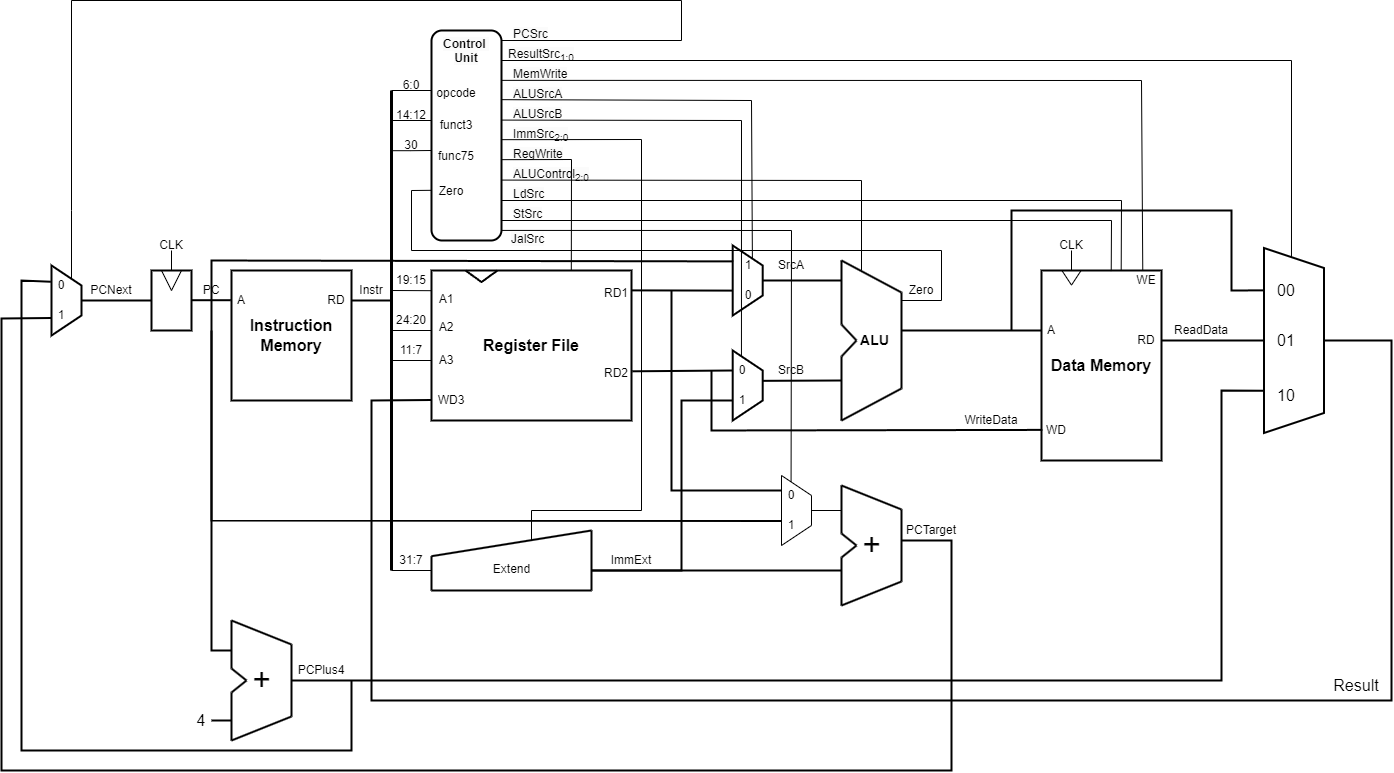
Above: Images/Overview.png in franfafdaf/IAC_23autumn_Group17-Coursework (draw.io), before the change. Source tidied: cells renumbered, new cells last; positions are measured from the earlier drawing's top-left corner, leaving out a move shared by most shapes.
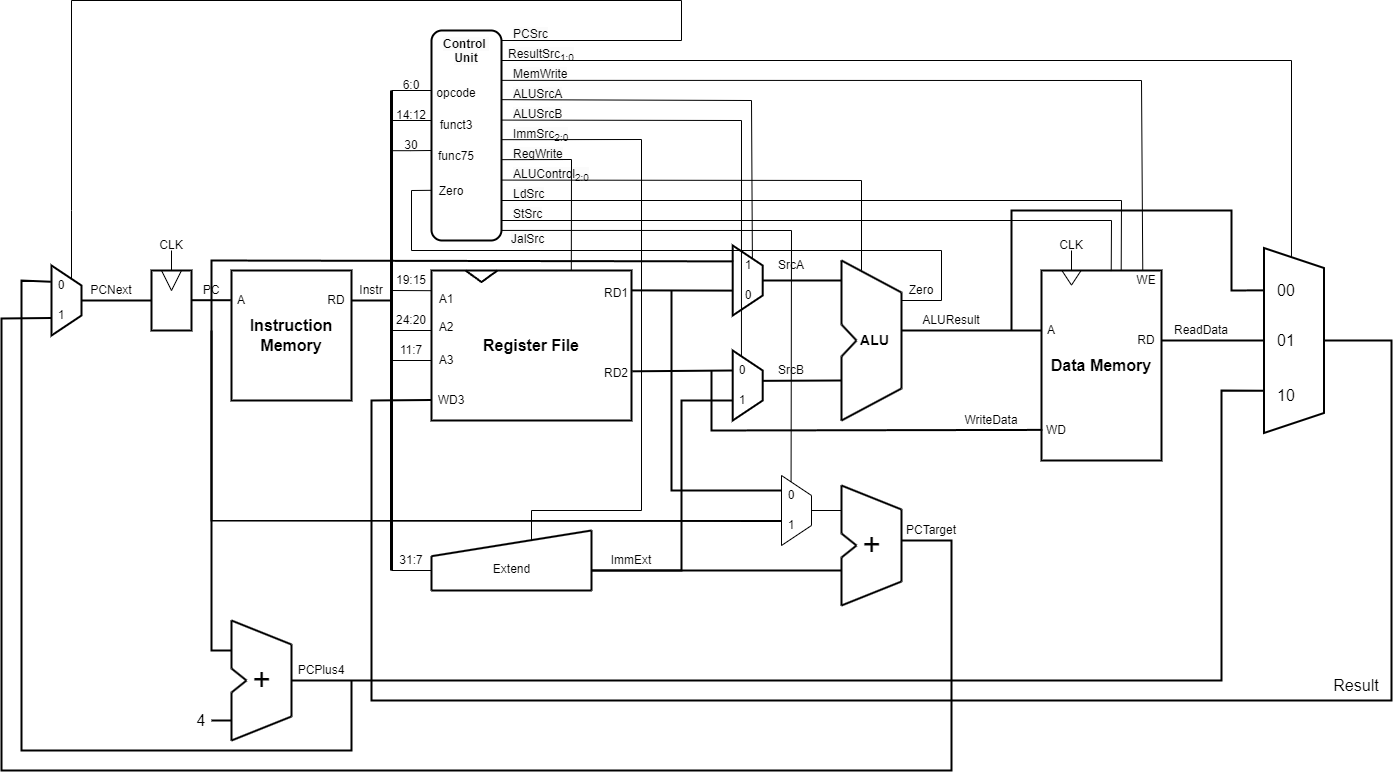
Later version of the same file.

The edit, as a diff of the source:
```diff
@@ -781,5 +781,8 @@
         </Array>
       </mxGeometry>
     </mxCell>
+    <mxCell id="166" value="ALUResult" style="text;strokeColor=none;align=center;fillColor=none;html=1;verticalAlign=middle;whiteSpace=wrap;rounded=0;" parent="1" vertex="1">
+      <mxGeometry x="920" y="305" width="60" height="30" as="geometry" />
+    </mxCell>
   </root>
 </mxGraphModel>
```
